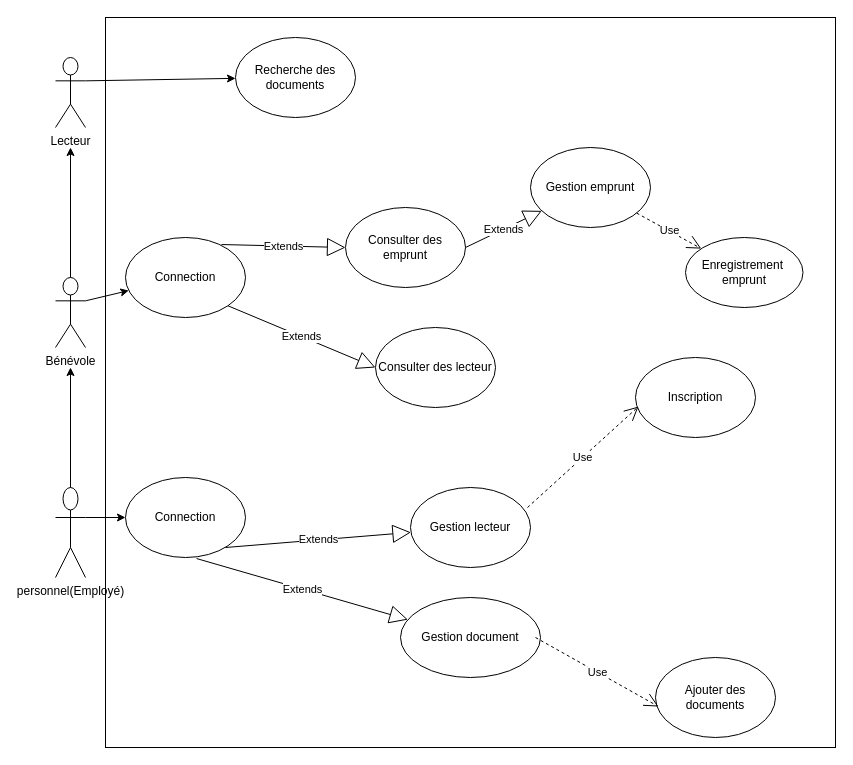
The draw.io diagram UML/Gestion d'une bibliothéque/Gestion d'une bibliotheque1.drawio in Sana-hm/CDA, before the edit. Source tidied: cells renumbered, new cells numbered last; positions are measured from the earlier drawing's top-left corner, leaving out a move shared by most shapes. Both pictures are drawn from the tidied source at 100%, with x=0, y=0 at pixel (55, 17).
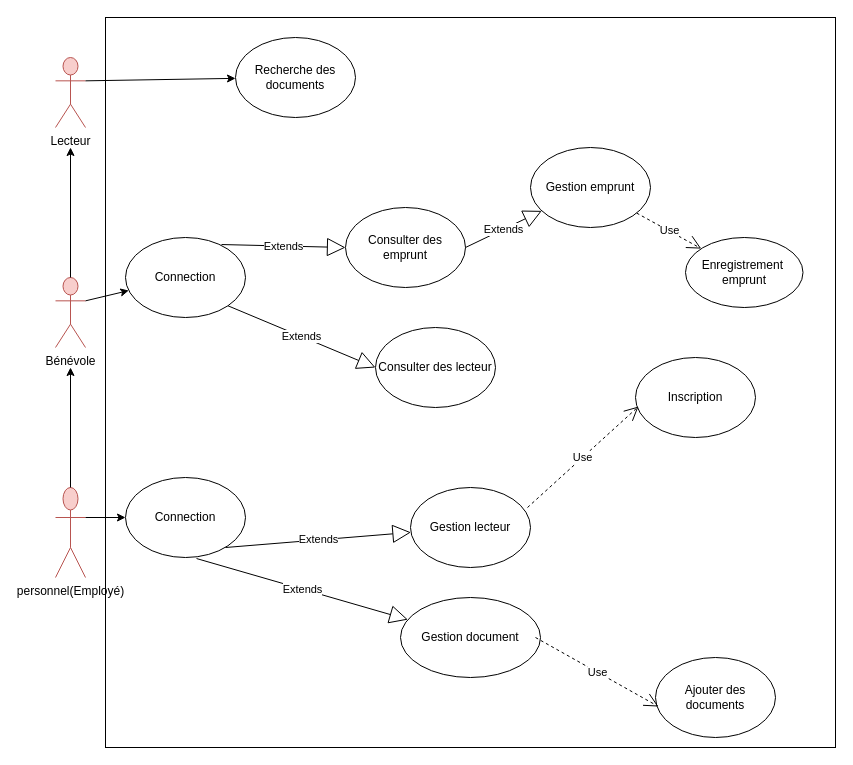
The same page after the edit.

Commit message (it also covers changes not shown here):
add 2 files practice for UML

What changed in the source:
```diff
@@
-    <mxCell id="3" value="personnel(Employé)" style="shape=umlActor;verticalLabelPosition=bottom;verticalAlign=top;html=1;outlineConnect=0;" parent="1" vertex="1">
+    <mxCell id="3" value="personnel(Employé)" style="shape=umlActor;verticalLabelPosition=bottom;verticalAlign=top;html=1;outlineConnect=0;fillColor=#f8cecc;strokeColor=#b85450;" parent="1" vertex="1">
       <mxGeometry y="470" width="30" height="90" as="geometry" />
     </mxCell>
-    <mxCell id="4" value="Lecteur&lt;br&gt;" style="shape=umlActor;verticalLabelPosition=bottom;verticalAlign=top;html=1;outlineConnect=0;" parent="1" vertex="1">
+    <mxCell id="4" value="Lecteur&lt;br&gt;" style="shape=umlActor;verticalLabelPosition=bottom;verticalAlign=top;html=1;outlineConnect=0;fillColor=#f8cecc;strokeColor=#b85450;" parent="1" vertex="1">
       <mxGeometry y="40" width="30" height="70" as="geometry" />
     </mxCell>
@@
-    <mxCell id="10" value="Bénévole" style="shape=umlActor;verticalLabelPosition=bottom;verticalAlign=top;html=1;outlineConnect=0;" parent="1" vertex="1">
+    <mxCell id="10" value="Bénévole" style="shape=umlActor;verticalLabelPosition=bottom;verticalAlign=top;html=1;outlineConnect=0;fillColor=#f8cecc;strokeColor=#b85450;" parent="1" vertex="1">
       <mxGeometry y="260" width="30" height="70" as="geometry" />
     </mxCell>
```
